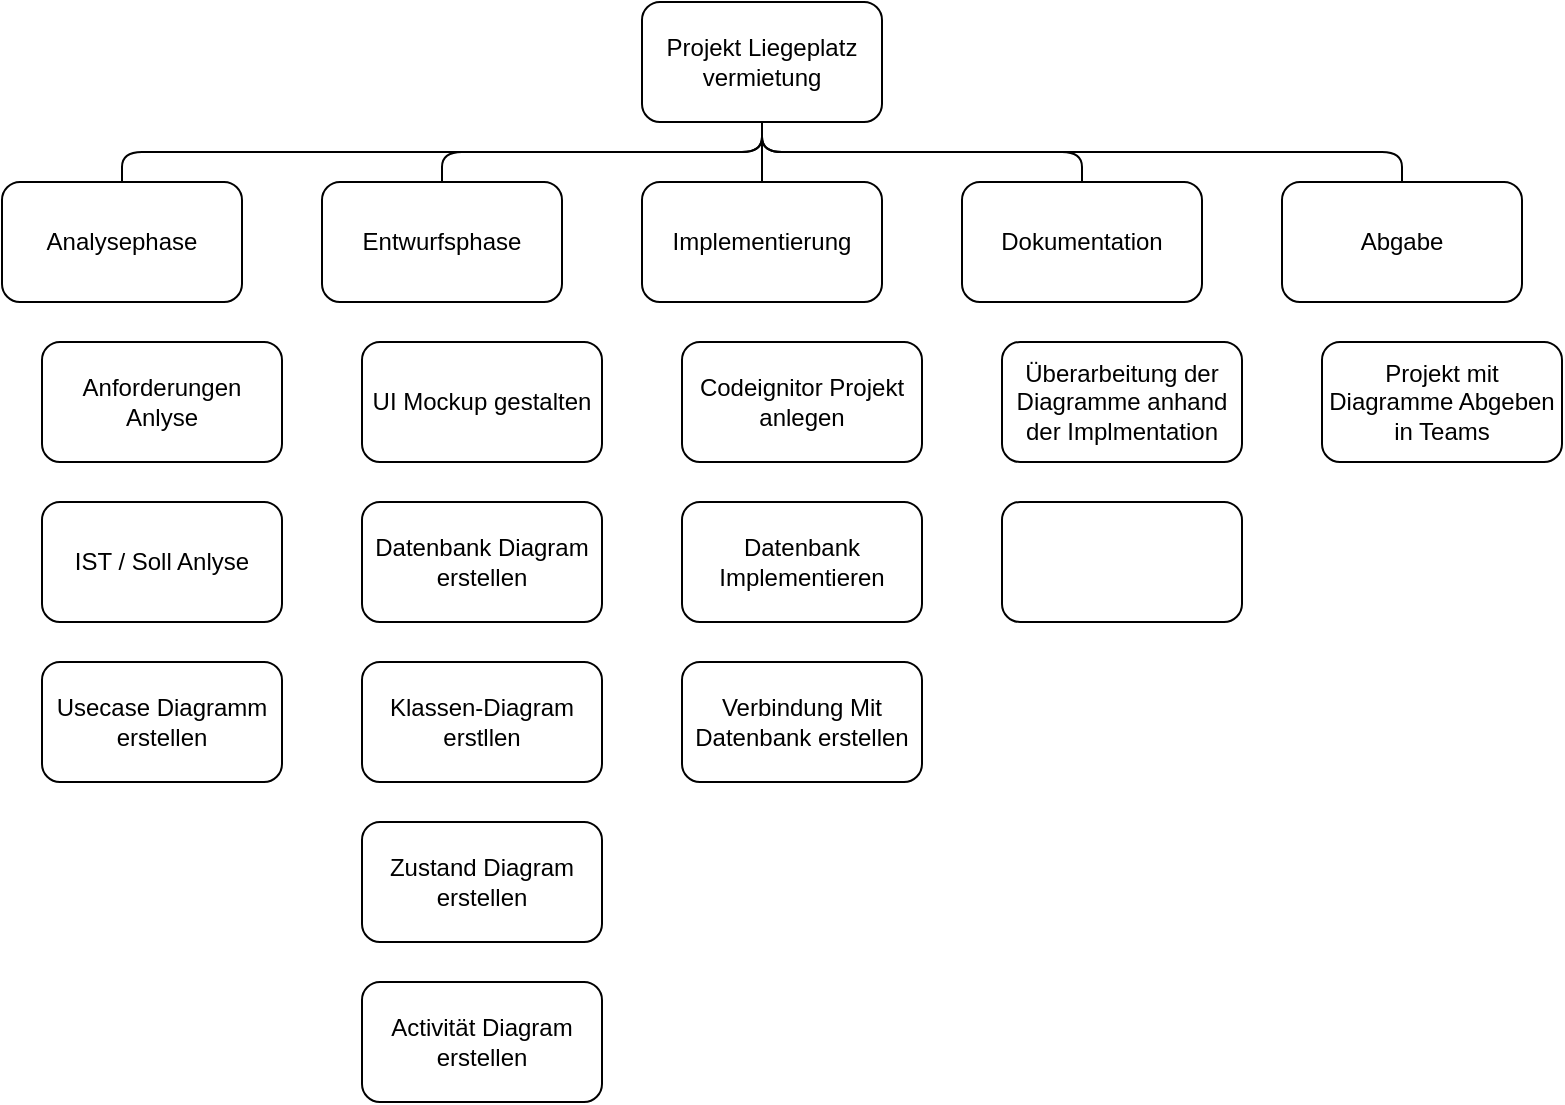
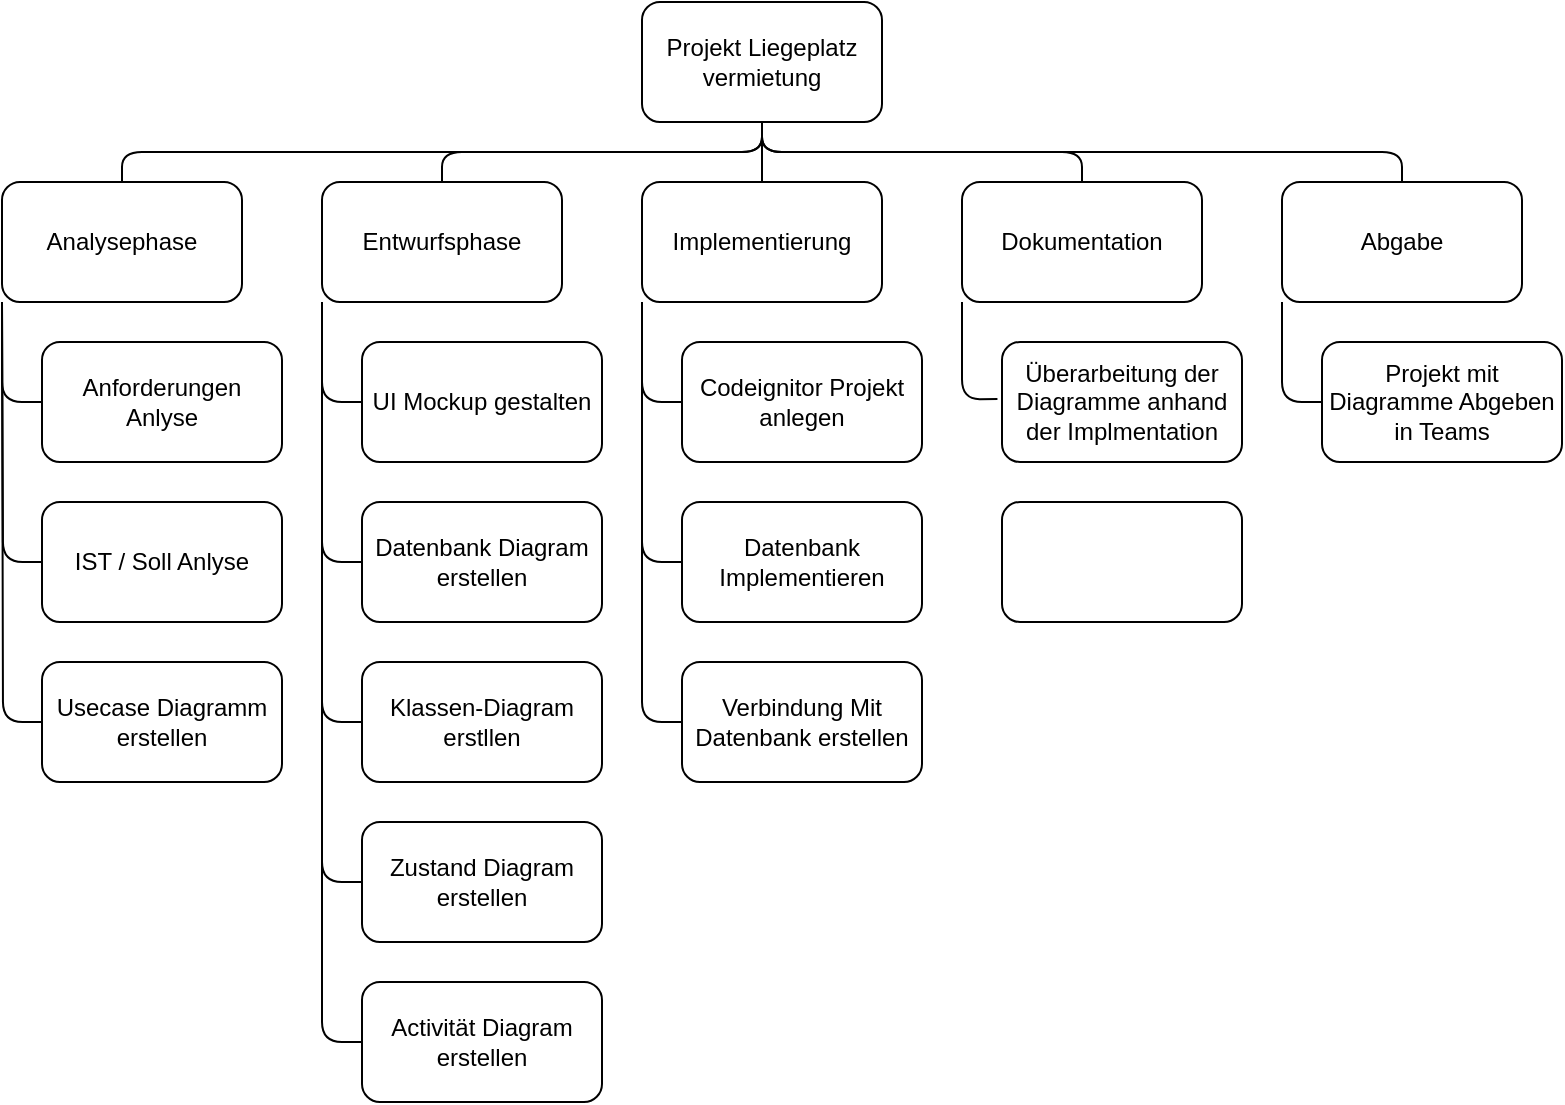
<mxfile host="65bd71144e">
    <diagram id="jiEtspQNV7py_8kcr421" name="Page-1">
-         <mxGraphModel dx="956" dy="1157" grid="1" gridSize="10" guides="1" tooltips="1" connect="1" arrows="1" fold="1" page="1" pageScale="1" pageWidth="850" pageHeight="1100" math="0" shadow="0">
+         <mxGraphModel dx="254" dy="399" grid="1" gridSize="10" guides="1" tooltips="1" connect="1" arrows="1" fold="1" page="1" pageScale="1" pageWidth="850" pageHeight="1100" math="0" shadow="0">
            <root>
                <mxCell id="0"/>
                <mxCell id="1" parent="0"/>
                <mxCell id="33" value="Projekt Liegeplatz vermietung" style="rounded=1;whiteSpace=wrap;html=1;" vertex="1" parent="1">
                    <mxGeometry x="360" y="240" width="120" height="60" as="geometry"/>
                </mxCell>
                <mxCell id="34" value="Implementierung" style="rounded=1;whiteSpace=wrap;html=1;" vertex="1" parent="1">
                    <mxGeometry x="360" y="330" width="120" height="60" as="geometry"/>
                </mxCell>
                <mxCell id="35" value="Abgabe" style="rounded=1;whiteSpace=wrap;html=1;" vertex="1" parent="1">
                    <mxGeometry x="680" y="330" width="120" height="60" as="geometry"/>
                </mxCell>
                <mxCell id="36" value="Dokumentation" style="rounded=1;whiteSpace=wrap;html=1;" vertex="1" parent="1">
                    <mxGeometry x="520" y="330" width="120" height="60" as="geometry"/>
                </mxCell>
                <mxCell id="37" value="Entwurfsphase" style="rounded=1;whiteSpace=wrap;html=1;" vertex="1" parent="1">
                    <mxGeometry x="200" y="330" width="120" height="60" as="geometry"/>
                </mxCell>
                <mxCell id="38" value="Analysephase" style="rounded=1;whiteSpace=wrap;html=1;" vertex="1" parent="1">
                    <mxGeometry x="40" y="330" width="120" height="60" as="geometry"/>
                </mxCell>
                <mxCell id="39" value="" style="endArrow=none;html=1;entryX=0.5;entryY=1;entryDx=0;entryDy=0;exitX=0.5;exitY=0;exitDx=0;exitDy=0;" edge="1" parent="1" source="34" target="33">
                    <mxGeometry width="50" height="50" relative="1" as="geometry">
                        <mxPoint x="310" y="360" as="sourcePoint"/>
                        <mxPoint x="360" y="310" as="targetPoint"/>
                    </mxGeometry>
                </mxCell>
                <mxCell id="40" value="" style="endArrow=none;html=1;exitX=0.5;exitY=0;exitDx=0;exitDy=0;entryX=0.5;entryY=1;entryDx=0;entryDy=0;edgeStyle=orthogonalEdgeStyle;" edge="1" parent="1" source="37" target="33">
                    <mxGeometry width="50" height="50" relative="1" as="geometry">
                        <mxPoint x="310" y="360" as="sourcePoint"/>
                        <mxPoint x="360" y="310" as="targetPoint"/>
                    </mxGeometry>
                </mxCell>
                <mxCell id="41" value="" style="endArrow=none;html=1;exitX=0.5;exitY=0;exitDx=0;exitDy=0;entryX=0.5;entryY=1;entryDx=0;entryDy=0;edgeStyle=orthogonalEdgeStyle;" edge="1" parent="1" source="38" target="33">
                    <mxGeometry width="50" height="50" relative="1" as="geometry">
                        <mxPoint x="149.5" y="299.5" as="sourcePoint"/>
                        <mxPoint x="309.5" y="269.5" as="targetPoint"/>
                    </mxGeometry>
                </mxCell>
                <mxCell id="42" value="" style="endArrow=none;html=1;exitX=0.5;exitY=1;exitDx=0;exitDy=0;entryX=0.5;entryY=0;entryDx=0;entryDy=0;edgeStyle=orthogonalEdgeStyle;" edge="1" parent="1" source="33" target="35">
                    <mxGeometry width="50" height="50" relative="1" as="geometry">
                        <mxPoint x="369.5" y="320" as="sourcePoint"/>
                        <mxPoint x="689.5" y="290" as="targetPoint"/>
                    </mxGeometry>
                </mxCell>
                <mxCell id="44" value="" style="endArrow=none;html=1;exitX=0.5;exitY=1;exitDx=0;exitDy=0;entryX=0.5;entryY=0;entryDx=0;entryDy=0;edgeStyle=orthogonalEdgeStyle;" edge="1" parent="1" source="33" target="36">
                    <mxGeometry width="50" height="50" relative="1" as="geometry">
                        <mxPoint x="570" y="360" as="sourcePoint"/>
                        <mxPoint x="620" y="310" as="targetPoint"/>
                    </mxGeometry>
                </mxCell>
                <mxCell id="46" value="Anforderungen Anlyse" style="rounded=1;whiteSpace=wrap;html=1;" vertex="1" parent="1">
                    <mxGeometry x="60" y="410" width="120" height="60" as="geometry"/>
                </mxCell>
                <mxCell id="48" value="UI Mockup gestalten" style="rounded=1;whiteSpace=wrap;html=1;" vertex="1" parent="1">
                    <mxGeometry x="220" y="410" width="120" height="60" as="geometry"/>
                </mxCell>
                <mxCell id="49" value="Codeignitor Projekt anlegen" style="rounded=1;whiteSpace=wrap;html=1;" vertex="1" parent="1">
                    <mxGeometry x="380" y="410" width="120" height="60" as="geometry"/>
                </mxCell>
                <mxCell id="50" value="Überarbeitung der Diagramme anhand der Implmentation" style="rounded=1;whiteSpace=wrap;html=1;" vertex="1" parent="1">
                    <mxGeometry x="540" y="410" width="120" height="60" as="geometry"/>
                </mxCell>
                <mxCell id="51" value="Projekt mit Diagramme Abgeben in Teams" style="rounded=1;whiteSpace=wrap;html=1;" vertex="1" parent="1">
                    <mxGeometry x="700" y="410" width="120" height="60" as="geometry"/>
                </mxCell>
                <mxCell id="52" value="IST / Soll Anlyse" style="rounded=1;whiteSpace=wrap;html=1;" vertex="1" parent="1">
                    <mxGeometry x="60" y="490" width="120" height="60" as="geometry"/>
                </mxCell>
                <mxCell id="53" value="Datenbank Diagram&lt;br&gt;erstellen" style="rounded=1;whiteSpace=wrap;html=1;" vertex="1" parent="1">
                    <mxGeometry x="220" y="490" width="120" height="60" as="geometry"/>
                </mxCell>
                <mxCell id="54" value="Klassen-Diagram erstllen" style="rounded=1;whiteSpace=wrap;html=1;" vertex="1" parent="1">
                    <mxGeometry x="220" y="570" width="120" height="60" as="geometry"/>
                </mxCell>
                <mxCell id="55" value="Zustand Diagram erstellen" style="rounded=1;whiteSpace=wrap;html=1;" vertex="1" parent="1">
                    <mxGeometry x="220" y="650" width="120" height="60" as="geometry"/>
                </mxCell>
                <mxCell id="56" value="Activität Diagram erstellen" style="rounded=1;whiteSpace=wrap;html=1;" vertex="1" parent="1">
                    <mxGeometry x="220" y="730" width="120" height="60" as="geometry"/>
                </mxCell>
                <mxCell id="57" value="Usecase Diagramm erstellen" style="rounded=1;whiteSpace=wrap;html=1;" vertex="1" parent="1">
                    <mxGeometry x="60" y="570" width="120" height="60" as="geometry"/>
                </mxCell>
                <mxCell id="59" value="Datenbank Implementieren" style="rounded=1;whiteSpace=wrap;html=1;" vertex="1" parent="1">
                    <mxGeometry x="380" y="490" width="120" height="60" as="geometry"/>
                </mxCell>
                <mxCell id="60" value="Verbindung Mit Datenbank erstellen" style="rounded=1;whiteSpace=wrap;html=1;" vertex="1" parent="1">
                    <mxGeometry x="380" y="570" width="120" height="60" as="geometry"/>
                </mxCell>
                <mxCell id="61" value="" style="rounded=1;whiteSpace=wrap;html=1;" vertex="1" parent="1">
                    <mxGeometry x="540" y="490" width="120" height="60" as="geometry"/>
                </mxCell>
+                 <mxCell id="62" value="" style="endArrow=none;html=1;entryX=0;entryY=1;entryDx=0;entryDy=0;edgeStyle=orthogonalEdgeStyle;exitX=0;exitY=0.5;exitDx=0;exitDy=0;" edge="1" parent="1" source="46" target="38">
+                     <mxGeometry width="50" height="50" relative="1" as="geometry">
+                         <mxPoint x="50" y="750" as="sourcePoint"/>
+                         <mxPoint x="100" y="700" as="targetPoint"/>
+                         <Array as="points">
+                             <mxPoint x="40" y="440"/>
+                         </Array>
+                     </mxGeometry>
+                 </mxCell>
+                 <mxCell id="65" value="" style="endArrow=none;html=1;exitX=0;exitY=0.5;exitDx=0;exitDy=0;edgeStyle=orthogonalEdgeStyle;" edge="1" parent="1" source="52">
+                     <mxGeometry width="50" height="50" relative="1" as="geometry">
+                         <mxPoint x="370" y="570" as="sourcePoint"/>
+                         <mxPoint x="40" y="390" as="targetPoint"/>
+                     </mxGeometry>
+                 </mxCell>
+                 <mxCell id="66" value="" style="endArrow=none;html=1;exitX=0;exitY=0.5;exitDx=0;exitDy=0;edgeStyle=orthogonalEdgeStyle;" edge="1" parent="1" source="57">
+                     <mxGeometry width="50" height="50" relative="1" as="geometry">
+                         <mxPoint x="30" y="700" as="sourcePoint"/>
+                         <mxPoint x="40" y="390" as="targetPoint"/>
+                     </mxGeometry>
+                 </mxCell>
+                 <mxCell id="67" value="" style="endArrow=none;html=1;entryX=0;entryY=1;entryDx=0;entryDy=0;exitX=0;exitY=0.5;exitDx=0;exitDy=0;edgeStyle=orthogonalEdgeStyle;" edge="1" parent="1" source="48" target="37">
+                     <mxGeometry width="50" height="50" relative="1" as="geometry">
+                         <mxPoint x="150" y="700" as="sourcePoint"/>
+                         <mxPoint x="200" y="650" as="targetPoint"/>
+                     </mxGeometry>
+                 </mxCell>
+                 <mxCell id="75" value="" style="endArrow=none;html=1;entryX=0;entryY=1;entryDx=0;entryDy=0;exitX=0;exitY=0.5;exitDx=0;exitDy=0;edgeStyle=orthogonalEdgeStyle;" edge="1" parent="1" source="49" target="34">
+                     <mxGeometry width="50" height="50" relative="1" as="geometry">
+                         <mxPoint x="420" y="440" as="sourcePoint"/>
+                         <mxPoint x="470" y="390" as="targetPoint"/>
+                     </mxGeometry>
+                 </mxCell>
+                 <mxCell id="76" value="" style="endArrow=none;html=1;exitX=0;exitY=0.5;exitDx=0;exitDy=0;edgeStyle=orthogonalEdgeStyle;entryX=0;entryY=1;entryDx=0;entryDy=0;" edge="1" parent="1" source="59" target="34">
+                     <mxGeometry width="50" height="50" relative="1" as="geometry">
+                         <mxPoint x="370" y="520" as="sourcePoint"/>
+                         <mxPoint x="360" y="390" as="targetPoint"/>
+                     </mxGeometry>
+                 </mxCell>
+                 <mxCell id="77" value="" style="endArrow=none;html=1;exitX=0;exitY=0.5;exitDx=0;exitDy=0;edgeStyle=orthogonalEdgeStyle;entryX=0;entryY=1;entryDx=0;entryDy=0;" edge="1" parent="1" source="60" target="34">
+                     <mxGeometry width="50" height="50" relative="1" as="geometry">
+                         <mxPoint x="370" y="600" as="sourcePoint"/>
+                         <mxPoint x="350" y="470" as="targetPoint"/>
+                     </mxGeometry>
+                 </mxCell>
+                 <mxCell id="78" value="" style="endArrow=none;html=1;exitX=0;exitY=0.5;exitDx=0;exitDy=0;edgeStyle=orthogonalEdgeStyle;entryX=0;entryY=1;entryDx=0;entryDy=0;" edge="1" parent="1" source="53" target="37">
+                     <mxGeometry width="50" height="50" relative="1" as="geometry">
+                         <mxPoint x="210" y="520" as="sourcePoint"/>
+                         <mxPoint x="200" y="390" as="targetPoint"/>
+                     </mxGeometry>
+                 </mxCell>
+                 <mxCell id="79" value="" style="endArrow=none;html=1;entryX=0;entryY=1;entryDx=0;entryDy=0;exitX=0;exitY=0.5;exitDx=0;exitDy=0;edgeStyle=orthogonalEdgeStyle;" edge="1" parent="1" source="54" target="37">
+                     <mxGeometry width="50" height="50" relative="1" as="geometry">
+                         <mxPoint x="210" y="600" as="sourcePoint"/>
+                         <mxPoint x="190" y="550" as="targetPoint"/>
+                     </mxGeometry>
+                 </mxCell>
+                 <mxCell id="80" value="" style="endArrow=none;html=1;entryX=0;entryY=1;entryDx=0;entryDy=0;edgeStyle=orthogonalEdgeStyle;exitX=0;exitY=0.5;exitDx=0;exitDy=0;" edge="1" parent="1" source="55" target="37">
+                     <mxGeometry width="50" height="50" relative="1" as="geometry">
+                         <mxPoint x="220" y="681" as="sourcePoint"/>
+                         <mxPoint x="190" y="470" as="targetPoint"/>
+                     </mxGeometry>
+                 </mxCell>
+                 <mxCell id="81" value="" style="endArrow=none;html=1;entryX=0;entryY=1;entryDx=0;entryDy=0;exitX=0;exitY=0.5;exitDx=0;exitDy=0;edgeStyle=orthogonalEdgeStyle;" edge="1" parent="1" source="56" target="37">
+                     <mxGeometry width="50" height="50" relative="1" as="geometry">
+                         <mxPoint x="210" y="760" as="sourcePoint"/>
+                         <mxPoint x="190" y="550" as="targetPoint"/>
+                     </mxGeometry>
+                 </mxCell>
+                 <mxCell id="82" value="" style="endArrow=none;html=1;entryX=0;entryY=1;entryDx=0;entryDy=0;exitX=-0.019;exitY=0.476;exitDx=0;exitDy=0;exitPerimeter=0;edgeStyle=orthogonalEdgeStyle;" edge="1" parent="1" source="50" target="36">
+                     <mxGeometry width="50" height="50" relative="1" as="geometry">
+                         <mxPoint x="500" y="550" as="sourcePoint"/>
+                         <mxPoint x="550" y="500" as="targetPoint"/>
+                         <Array as="points">
+                             <mxPoint x="520" y="439"/>
+                         </Array>
+                     </mxGeometry>
+                 </mxCell>
+                 <mxCell id="84" value="" style="endArrow=none;html=1;entryX=0;entryY=1;entryDx=0;entryDy=0;exitX=0;exitY=0.5;exitDx=0;exitDy=0;edgeStyle=orthogonalEdgeStyle;" edge="1" parent="1" source="51" target="35">
+                     <mxGeometry width="50" height="50" relative="1" as="geometry">
+                         <mxPoint x="698" y="439" as="sourcePoint"/>
+                         <mxPoint x="680" y="390" as="targetPoint"/>
+                         <Array as="points">
+                             <mxPoint x="680" y="440"/>
+                         </Array>
+                     </mxGeometry>
+                 </mxCell>
            </root>
        </mxGraphModel>
    </diagram>
</mxfile>